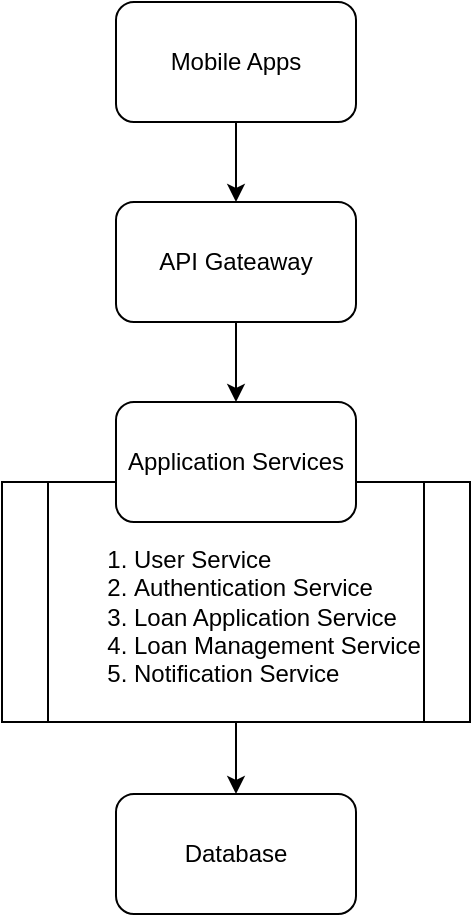
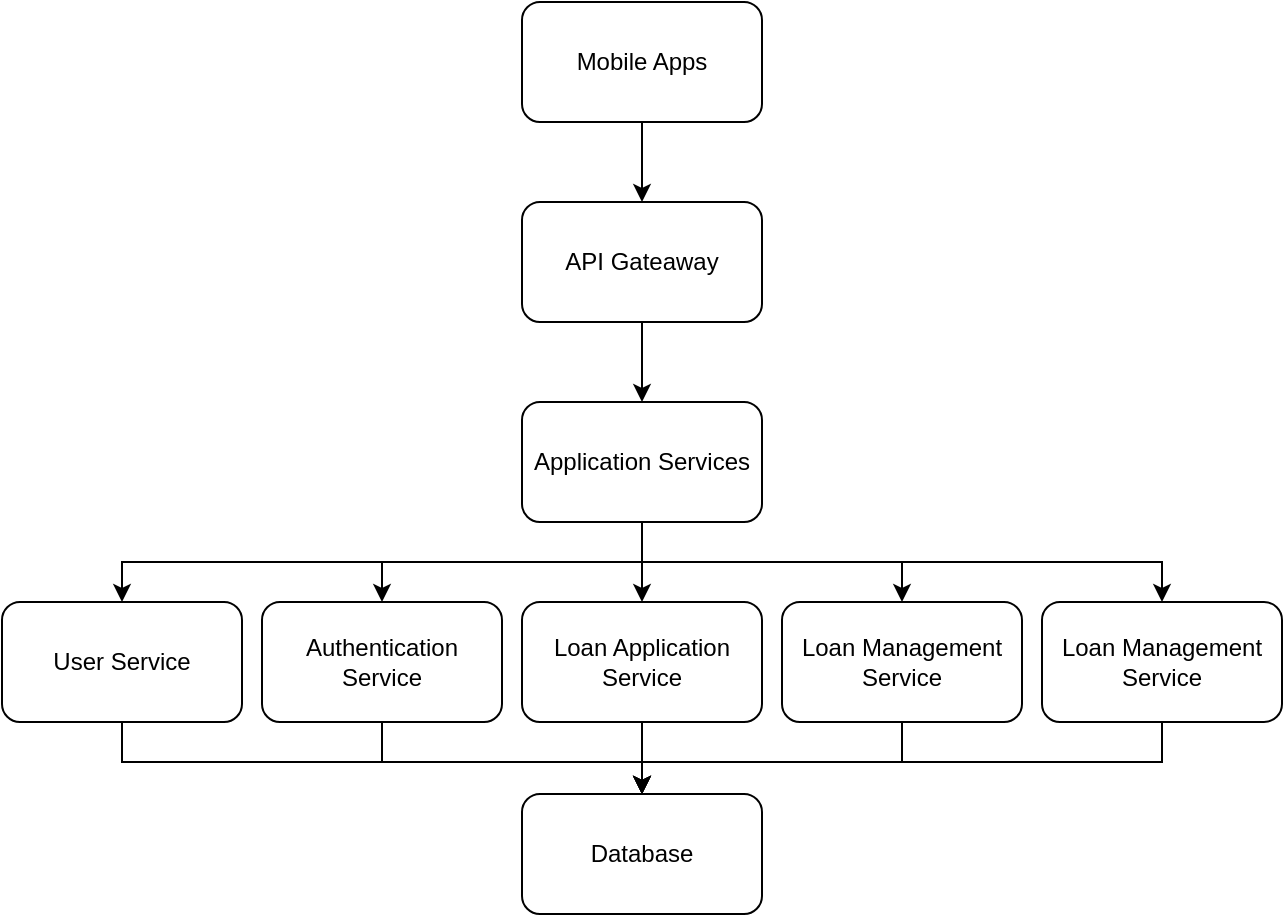
<mxfile host="app.diagrams.net">
  <diagram name="Page-1" id="__FwhMC2_7rUrcnk8sKm">
-     <mxGraphModel dx="1542" dy="815" grid="1" gridSize="10" guides="1" tooltips="1" connect="1" arrows="1" fold="1" page="1" pageScale="1" pageWidth="827" pageHeight="1169" math="0" shadow="0">
+     <mxGraphModel dx="1063" dy="562" grid="1" gridSize="10" guides="1" tooltips="1" connect="1" arrows="1" fold="1" page="1" pageScale="1" pageWidth="827" pageHeight="1169" math="0" shadow="0">
      <root>
        <mxCell id="0" />
        <mxCell id="1" parent="0" />
-         <mxCell id="IoQfHVc7p1n8PndjbulK-11" edge="1" parent="1" source="IoQfHVc7p1n8PndjbulK-9" style="edgeStyle=orthogonalEdgeStyle;rounded=0;orthogonalLoop=1;jettySize=auto;html=1;entryX=0.5;entryY=0;entryDx=0;entryDy=0;" target="IoQfHVc7p1n8PndjbulK-10">
-           <mxGeometry relative="1" as="geometry" />
-         </mxCell>
-         <mxCell id="IoQfHVc7p1n8PndjbulK-9" parent="1" style="shape=process;whiteSpace=wrap;html=1;backgroundOutline=1;align=left;" value="&lt;div&gt;&lt;br&gt;&lt;/div&gt;&lt;ol&gt;&lt;li&gt;User Service&lt;/li&gt;&lt;li&gt;Authentication Service&lt;/li&gt;&lt;li&gt;Loan Application Service&lt;/li&gt;&lt;li&gt;Loan Management Service&lt;/li&gt;&lt;li&gt;Notification Service&lt;/li&gt;&lt;/ol&gt;" vertex="1">
-           <mxGeometry height="120" width="234" x="283" y="340" as="geometry" />
-         </mxCell>
        <mxCell id="IoQfHVc7p1n8PndjbulK-5" edge="1" parent="1" source="IoQfHVc7p1n8PndjbulK-1" style="edgeStyle=orthogonalEdgeStyle;rounded=0;orthogonalLoop=1;jettySize=auto;html=1;entryX=0.5;entryY=0;entryDx=0;entryDy=0;" target="IoQfHVc7p1n8PndjbulK-2">
          <mxGeometry relative="1" as="geometry" />
        </mxCell>
        <mxCell id="IoQfHVc7p1n8PndjbulK-1" parent="1" style="rounded=1;whiteSpace=wrap;html=1;" value="Mobile Apps" vertex="1">
          <mxGeometry height="60" width="120" x="340" y="100" as="geometry" />
        </mxCell>
        <mxCell id="IoQfHVc7p1n8PndjbulK-6" edge="1" parent="1" source="IoQfHVc7p1n8PndjbulK-2" style="edgeStyle=orthogonalEdgeStyle;rounded=0;orthogonalLoop=1;jettySize=auto;html=1;entryX=0.5;entryY=0;entryDx=0;entryDy=0;" target="IoQfHVc7p1n8PndjbulK-3">
          <mxGeometry relative="1" as="geometry" />
        </mxCell>
        <mxCell id="IoQfHVc7p1n8PndjbulK-2" parent="1" style="rounded=1;whiteSpace=wrap;html=1;" value="API Gateaway" vertex="1">
          <mxGeometry height="60" width="120" x="340" y="200" as="geometry" />
        </mxCell>
+         <mxCell id="y_VrDlGGzGVoBng79Huq-6" edge="1" parent="1" source="IoQfHVc7p1n8PndjbulK-3" style="edgeStyle=orthogonalEdgeStyle;rounded=0;orthogonalLoop=1;jettySize=auto;html=1;entryX=0.5;entryY=0;entryDx=0;entryDy=0;" target="y_VrDlGGzGVoBng79Huq-1">
+           <mxGeometry relative="1" as="geometry">
+             <Array as="points">
+               <mxPoint x="400" y="380" />
+               <mxPoint x="140" y="380" />
+             </Array>
+           </mxGeometry>
+         </mxCell>
+         <mxCell id="y_VrDlGGzGVoBng79Huq-7" edge="1" parent="1" source="IoQfHVc7p1n8PndjbulK-3" style="edgeStyle=orthogonalEdgeStyle;rounded=0;orthogonalLoop=1;jettySize=auto;html=1;entryX=0.5;entryY=0;entryDx=0;entryDy=0;" target="y_VrDlGGzGVoBng79Huq-2">
+           <mxGeometry relative="1" as="geometry">
+             <Array as="points">
+               <mxPoint x="400" y="380" />
+               <mxPoint x="270" y="380" />
+             </Array>
+           </mxGeometry>
+         </mxCell>
+         <mxCell id="y_VrDlGGzGVoBng79Huq-8" edge="1" parent="1" source="IoQfHVc7p1n8PndjbulK-3" style="edgeStyle=orthogonalEdgeStyle;rounded=0;orthogonalLoop=1;jettySize=auto;html=1;entryX=0.5;entryY=0;entryDx=0;entryDy=0;" target="y_VrDlGGzGVoBng79Huq-3">
+           <mxGeometry relative="1" as="geometry" />
+         </mxCell>
+         <mxCell id="y_VrDlGGzGVoBng79Huq-9" edge="1" parent="1" source="IoQfHVc7p1n8PndjbulK-3" style="edgeStyle=orthogonalEdgeStyle;rounded=0;orthogonalLoop=1;jettySize=auto;html=1;entryX=0.5;entryY=0;entryDx=0;entryDy=0;" target="y_VrDlGGzGVoBng79Huq-4">
+           <mxGeometry relative="1" as="geometry">
+             <Array as="points">
+               <mxPoint x="400" y="380" />
+               <mxPoint x="530" y="380" />
+             </Array>
+           </mxGeometry>
+         </mxCell>
+         <mxCell id="y_VrDlGGzGVoBng79Huq-10" edge="1" parent="1" source="IoQfHVc7p1n8PndjbulK-3" style="edgeStyle=orthogonalEdgeStyle;rounded=0;orthogonalLoop=1;jettySize=auto;html=1;" target="y_VrDlGGzGVoBng79Huq-5">
+           <mxGeometry relative="1" as="geometry">
+             <Array as="points">
+               <mxPoint x="400" y="380" />
+               <mxPoint x="660" y="380" />
+             </Array>
+           </mxGeometry>
+         </mxCell>
        <mxCell id="IoQfHVc7p1n8PndjbulK-3" parent="1" style="rounded=1;whiteSpace=wrap;html=1;" value="Application Services" vertex="1">
          <mxGeometry height="60" width="120" x="340" y="300" as="geometry" />
        </mxCell>
        <mxCell id="IoQfHVc7p1n8PndjbulK-10" parent="1" style="rounded=1;whiteSpace=wrap;html=1;" value="Database" vertex="1">
          <mxGeometry height="60" width="120" x="340" y="496" as="geometry" />
        </mxCell>
+         <mxCell id="y_VrDlGGzGVoBng79Huq-11" edge="1" parent="1" source="y_VrDlGGzGVoBng79Huq-1" style="edgeStyle=orthogonalEdgeStyle;rounded=0;orthogonalLoop=1;jettySize=auto;html=1;" target="IoQfHVc7p1n8PndjbulK-10">
+           <mxGeometry relative="1" as="geometry">
+             <Array as="points">
+               <mxPoint x="140" y="480" />
+               <mxPoint x="400" y="480" />
+             </Array>
+           </mxGeometry>
+         </mxCell>
+         <mxCell id="y_VrDlGGzGVoBng79Huq-1" parent="1" style="rounded=1;whiteSpace=wrap;html=1;" value="User Service" vertex="1">
+           <mxGeometry height="60" width="120" x="80" y="400" as="geometry" />
+         </mxCell>
+         <mxCell id="y_VrDlGGzGVoBng79Huq-12" edge="1" parent="1" source="y_VrDlGGzGVoBng79Huq-2" style="edgeStyle=orthogonalEdgeStyle;rounded=0;orthogonalLoop=1;jettySize=auto;html=1;entryX=0.5;entryY=0;entryDx=0;entryDy=0;" target="IoQfHVc7p1n8PndjbulK-10">
+           <mxGeometry relative="1" as="geometry">
+             <Array as="points">
+               <mxPoint x="270" y="480" />
+               <mxPoint x="400" y="480" />
+             </Array>
+           </mxGeometry>
+         </mxCell>
+         <mxCell id="y_VrDlGGzGVoBng79Huq-2" parent="1" style="rounded=1;whiteSpace=wrap;html=1;" value="Authentication Service" vertex="1">
+           <mxGeometry height="60" width="120" x="210" y="400" as="geometry" />
+         </mxCell>
+         <mxCell id="y_VrDlGGzGVoBng79Huq-13" edge="1" parent="1" source="y_VrDlGGzGVoBng79Huq-3" style="edgeStyle=orthogonalEdgeStyle;rounded=0;orthogonalLoop=1;jettySize=auto;html=1;entryX=0.5;entryY=0;entryDx=0;entryDy=0;" target="IoQfHVc7p1n8PndjbulK-10">
+           <mxGeometry relative="1" as="geometry" />
+         </mxCell>
+         <mxCell id="y_VrDlGGzGVoBng79Huq-3" parent="1" style="rounded=1;whiteSpace=wrap;html=1;" value="Loan Application Service" vertex="1">
+           <mxGeometry height="60" width="120" x="340" y="400" as="geometry" />
+         </mxCell>
+         <mxCell id="y_VrDlGGzGVoBng79Huq-14" edge="1" parent="1" source="y_VrDlGGzGVoBng79Huq-4" style="edgeStyle=orthogonalEdgeStyle;rounded=0;orthogonalLoop=1;jettySize=auto;html=1;entryX=0.5;entryY=0;entryDx=0;entryDy=0;" target="IoQfHVc7p1n8PndjbulK-10">
+           <mxGeometry relative="1" as="geometry">
+             <Array as="points">
+               <mxPoint x="530" y="480" />
+               <mxPoint x="400" y="480" />
+             </Array>
+           </mxGeometry>
+         </mxCell>
+         <mxCell id="y_VrDlGGzGVoBng79Huq-4" parent="1" style="rounded=1;whiteSpace=wrap;html=1;" value="Loan Management Service" vertex="1">
+           <mxGeometry height="60" width="120" x="470" y="400" as="geometry" />
+         </mxCell>
+         <mxCell id="y_VrDlGGzGVoBng79Huq-15" edge="1" parent="1" source="y_VrDlGGzGVoBng79Huq-5" style="edgeStyle=orthogonalEdgeStyle;rounded=0;orthogonalLoop=1;jettySize=auto;html=1;entryX=0.5;entryY=0;entryDx=0;entryDy=0;" target="IoQfHVc7p1n8PndjbulK-10">
+           <mxGeometry relative="1" as="geometry">
+             <Array as="points">
+               <mxPoint x="660" y="480" />
+               <mxPoint x="400" y="480" />
+             </Array>
+           </mxGeometry>
+         </mxCell>
+         <mxCell id="y_VrDlGGzGVoBng79Huq-5" parent="1" style="rounded=1;whiteSpace=wrap;html=1;" value="Loan Management Service" vertex="1">
+           <mxGeometry height="60" width="120" x="600" y="400" as="geometry" />
+         </mxCell>
      </root>
    </mxGraphModel>
  </diagram>
</mxfile>
